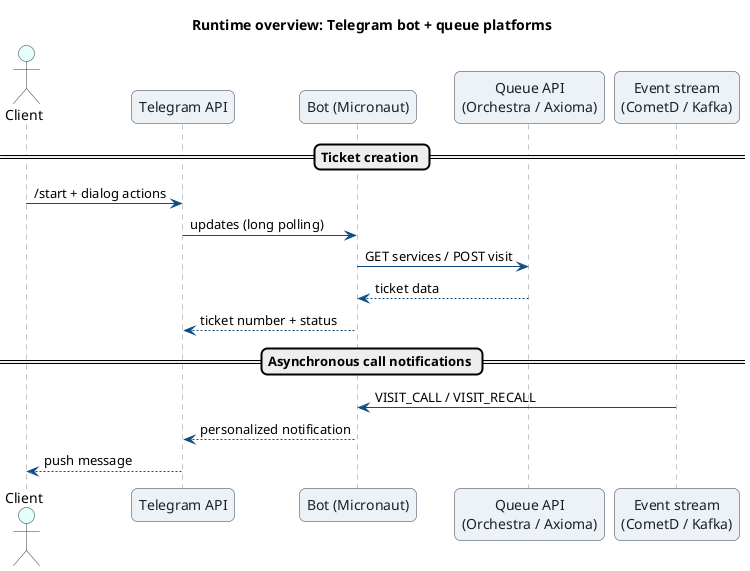
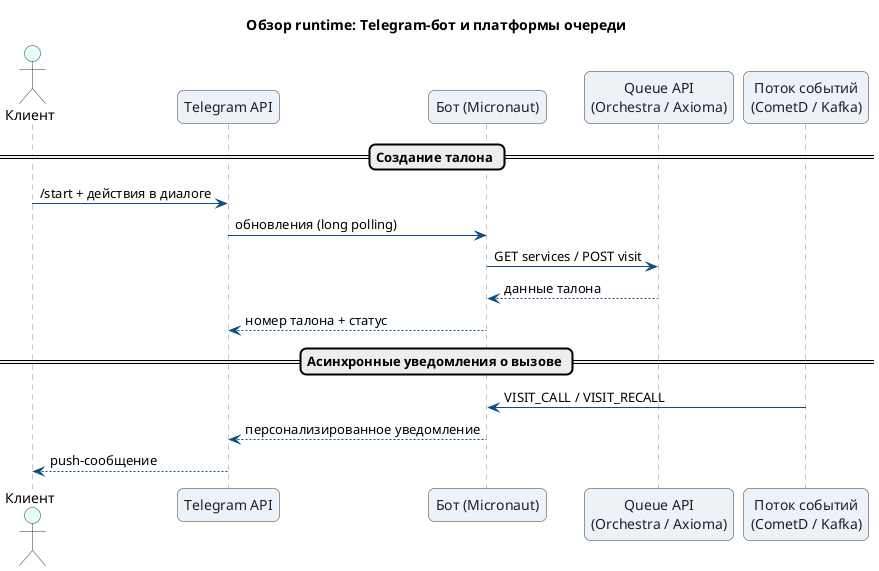
@startuml
- title Runtime overview: Telegram bot + queue platforms
+ title Обзор runtime: Telegram-бот и платформы очереди
skinparam backgroundColor #FFFFFF
skinparam shadowing false
skinparam roundcorner 12
skinparam sequence {
  ArrowColor #0F4C81
  LifeLineBorderColor #7C8798
  LifeLineBackgroundColor #F7FAFC
  ParticipantBorderColor #2D3748
  ParticipantBackgroundColor #EDF2F7
  ParticipantFontColor #1A202C
  ActorBorderColor #2D3748
  ActorBackgroundColor #E6FFFA
}

- actor "Client" as User
+ actor "Клиент" as User
participant "Telegram API" as Telegram
- participant "Bot (Micronaut)" as Bot
+ participant "Бот (Micronaut)" as Bot
participant "Queue API\n(Orchestra / Axioma)" as Queue
- participant "Event stream\n(CometD / Kafka)" as Events
+ participant "Поток событий\n(CometD / Kafka)" as Events

- == Ticket creation ==
- User -> Telegram: /start + dialog actions
- Telegram -> Bot: updates (long polling)
+ == Создание талона ==
+ User -> Telegram: /start + действия в диалоге
+ Telegram -> Bot: обновления (long polling)
Bot -> Queue: GET services / POST visit
- Queue --> Bot: ticket data
- Bot --> Telegram: ticket number + status
+ Queue --> Bot: данные талона
+ Bot --> Telegram: номер талона + статус

- == Asynchronous call notifications ==
+ == Асинхронные уведомления о вызове ==
Events -> Bot: VISIT_CALL / VISIT_RECALL
- Bot --> Telegram: personalized notification
- Telegram --> User: push message
+ Bot --> Telegram: персонализированное уведомление
+ Telegram --> User: push-сообщение
@enduml
